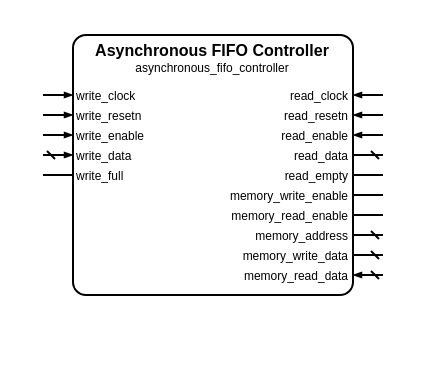
The draw.io diagram sources/data/controllers/asynchronous_fifo/asynchronous_fifo_controller.symbol.drawio in Louis-DR/OmniCores-BuildingBlocks, before the edit. Source tidied: cells renumbered, new cells numbered last; positions are measured from the earlier drawing's top-left corner, leaving out a move shared by most shapes. Both pictures are drawn from the tidied source at 200%, with x=0, y=0 at pixel (42, 34).
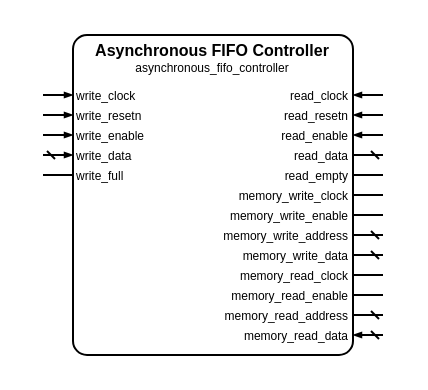
The same diagram, later.

What changed in the source:
```diff
@@
     <mxCell id="2" style="group;" parent="1" vertex="1">
-      <mxGeometry width="170" height="130" as="geometry" />
+      <mxGeometry width="170" height="160" as="geometry" />
     </mxCell>
     <mxCell id="3" style="rounded=1;arcSize=5;fillColor=none;strokeWidth=1;strokeColor=black;whiteSpace=wrap;html=1;" parent="2" vertex="1">
-      <mxGeometry x="15" width="140" height="130" as="geometry" />
+      <mxGeometry x="15" width="140" height="160" as="geometry" />
     </mxCell>
@@
+    <mxCell id="36" value="memory_write_clock" style="text;html=1;align=right;verticalAlign=middle;whiteSpace=wrap;rounded=0;fontSize=6;fontStyle=0;fontColor=black;" parent="2" vertex="1">
+      <mxGeometry x="15" y="80" width="140" as="geometry" />
+    </mxCell>
+    <mxCell id="37" style="html=1;rounded=1;strokeWidth=1;strokeColor=black;startFill=0;startSize=2;startArrow=none;endFill=1;endSize=2;endArrow=none;sourcePerimeterSpacing=0;" parent="2" edge="1">
+      <mxGeometry relative="1" as="geometry">
+        <mxPoint x="170" y="80" as="sourcePoint" />
+        <mxPoint x="155" y="80" as="targetPoint" />
+      </mxGeometry>
+    </mxCell>
     <mxCell id="26" value="memory_write_enable" style="text;html=1;align=right;verticalAlign=middle;whiteSpace=wrap;rounded=0;fontSize=6;fontStyle=0;fontColor=black;" parent="2" vertex="1">
-      <mxGeometry x="15" y="80" width="140" as="geometry" />
+      <mxGeometry x="15" y="90" width="140" as="geometry" />
     </mxCell>
     <mxCell id="27" style="html=1;rounded=1;strokeWidth=1;strokeColor=black;startFill=0;startSize=2;startArrow=none;endFill=1;endSize=2;endArrow=none;sourcePerimeterSpacing=0;" parent="2" edge="1">
       <mxGeometry relative="1" as="geometry">
-        <mxPoint x="170" y="80" as="sourcePoint" />
-        <mxPoint x="155" y="80" as="targetPoint" />
+        <mxPoint x="170" y="90" as="sourcePoint" />
+        <mxPoint x="155" y="90" as="targetPoint" />
       </mxGeometry>
     </mxCell>
+    <mxCell id="38" value="memory_write_address" style="text;html=1;align=right;verticalAlign=middle;whiteSpace=wrap;rounded=0;fontSize=6;fontStyle=0;fontColor=black;" parent="2" vertex="1">
+      <mxGeometry x="15" y="100" width="140" as="geometry" />
+    </mxCell>
+    <mxCell id="39" style="html=1;rounded=1;strokeWidth=1;strokeColor=black;startFill=0;startSize=2;startArrow=dash;endFill=1;endSize=2;endArrow=none;sourcePerimeterSpacing=0;" parent="2" edge="1">
+      <mxGeometry relative="1" as="geometry">
+        <mxPoint x="170" y="100" as="sourcePoint" />
+        <mxPoint x="155" y="100" as="targetPoint" />
+      </mxGeometry>
+    </mxCell>
+    <mxCell id="32" value="memory_write_data" style="text;html=1;align=right;verticalAlign=middle;whiteSpace=wrap;rounded=0;fontSize=6;fontStyle=0;fontColor=black;" parent="2" vertex="1">
+      <mxGeometry x="15" y="110" width="140" as="geometry" />
+    </mxCell>
+    <mxCell id="33" style="html=1;rounded=1;strokeWidth=1;strokeColor=black;startFill=0;startSize=2;startArrow=dash;endFill=1;endSize=2;endArrow=none;sourcePerimeterSpacing=0;" parent="2" edge="1">
+      <mxGeometry relative="1" as="geometry">
+        <mxPoint x="170" y="110" as="sourcePoint" />
+        <mxPoint x="155" y="110" as="targetPoint" />
+      </mxGeometry>
+    </mxCell>
+    <mxCell id="40" value="memory_read_clock" style="text;html=1;align=right;verticalAlign=middle;whiteSpace=wrap;rounded=0;fontSize=6;fontStyle=0;fontColor=black;" parent="2" vertex="1">
+      <mxGeometry x="15" y="120" width="140" as="geometry" />
+    </mxCell>
+    <mxCell id="41" style="html=1;rounded=1;strokeWidth=1;strokeColor=black;startFill=0;startSize=2;startArrow=none;endFill=1;endSize=2;endArrow=none;sourcePerimeterSpacing=0;" parent="2" edge="1">
+      <mxGeometry relative="1" as="geometry">
+        <mxPoint x="170" y="120" as="sourcePoint" />
+        <mxPoint x="155" y="120" as="targetPoint" />
+      </mxGeometry>
+    </mxCell>
     <mxCell id="28" value="memory_read_enable" style="text;html=1;align=right;verticalAlign=middle;whiteSpace=wrap;rounded=0;fontSize=6;fontStyle=0;fontColor=black;" parent="2" vertex="1">
-      <mxGeometry x="15" y="90" width="140" as="geometry" />
+      <mxGeometry x="15" y="130" width="140" as="geometry" />
     </mxCell>
     <mxCell id="29" style="html=1;rounded=1;strokeWidth=1;strokeColor=black;startFill=0;startSize=2;startArrow=none;endFill=1;endSize=2;endArrow=none;sourcePerimeterSpacing=0;" parent="2" edge="1">
       <mxGeometry relative="1" as="geometry">
-        <mxPoint x="170" y="90" as="sourcePoint" />
-        <mxPoint x="155" y="90" as="targetPoint" />
+        <mxPoint x="170" y="130" as="sourcePoint" />
+        <mxPoint x="155" y="130" as="targetPoint" />
       </mxGeometry>
     </mxCell>
-    <mxCell id="30" value="memory_address" style="text;html=1;align=right;verticalAlign=middle;whiteSpace=wrap;rounded=0;fontSize=6;fontStyle=0;fontColor=black;" parent="2" vertex="1">
-      <mxGeometry x="15" y="100" width="140" as="geometry" />
-    </mxCell>
-    <mxCell id="31" style="html=1;rounded=1;strokeWidth=1;strokeColor=black;startFill=0;startSize=2;startArrow=dash;endFill=1;endSize=2;endArrow=none;sourcePerimeterSpacing=0;" parent="2" edge="1">
-      <mxGeometry relative="1" as="geometry">
-        <mxPoint x="170" y="100" as="sourcePoint" />
-        <mxPoint x="155" y="100" as="targetPoint" />
-      </mxGeometry>
-    </mxCell>
-    <mxCell id="32" value="memory_write_data" style="text;html=1;align=right;verticalAlign=middle;whiteSpace=wrap;rounded=0;fontSize=6;fontStyle=0;fontColor=black;" parent="2" vertex="1">
-      <mxGeometry x="15" y="110" width="140" as="geometry" />
-    </mxCell>
-    <mxCell id="33" style="html=1;rounded=1;strokeWidth=1;strokeColor=black;startFill=0;startSize=2;startArrow=dash;endFill=1;endSize=2;endArrow=none;sourcePerimeterSpacing=0;" parent="2" edge="1">
-      <mxGeometry relative="1" as="geometry">
-        <mxPoint x="170" y="110" as="sourcePoint" />
-        <mxPoint x="155" y="110" as="targetPoint" />
-      </mxGeometry>
-    </mxCell>
+    <mxCell id="42" value="memory_read_address" style="text;html=1;align=right;verticalAlign=middle;whiteSpace=wrap;rounded=0;fontSize=6;fontStyle=0;fontColor=black;" parent="2" vertex="1">
+      <mxGeometry x="15" y="140" width="140" as="geometry" />
+    </mxCell>
+    <mxCell id="43" style="html=1;rounded=1;strokeWidth=1;strokeColor=black;startFill=0;startSize=2;startArrow=dash;endFill=1;endSize=2;endArrow=none;sourcePerimeterSpacing=0;" parent="2" edge="1">
+      <mxGeometry relative="1" as="geometry">
+        <mxPoint x="170" y="140" as="sourcePoint" />
+        <mxPoint x="155" y="140" as="targetPoint" />
+      </mxGeometry>
+    </mxCell>
     <mxCell id="34" value="memory_read_data" style="text;html=1;align=right;verticalAlign=middle;whiteSpace=wrap;rounded=0;fontSize=6;fontStyle=0;fontColor=black;" parent="2" vertex="1">
-      <mxGeometry x="15" y="120" width="140" as="geometry" />
+      <mxGeometry x="15" y="150" width="140" as="geometry" />
     </mxCell>
     <mxCell id="35" style="html=1;rounded=1;strokeWidth=1;strokeColor=black;startFill=0;startSize=2;startArrow=dash;endFill=1;endSize=2;endArrow=blockThin;sourcePerimeterSpacing=0;" parent="2" edge="1">
       <mxGeometry relative="1" as="geometry">
-        <mxPoint x="170" y="120" as="sourcePoint" />
-        <mxPoint x="155" y="120" as="targetPoint" />
+        <mxPoint x="170" y="150" as="sourcePoint" />
+        <mxPoint x="155" y="150" as="targetPoint" />
       </mxGeometry>
     </mxCell>
```
